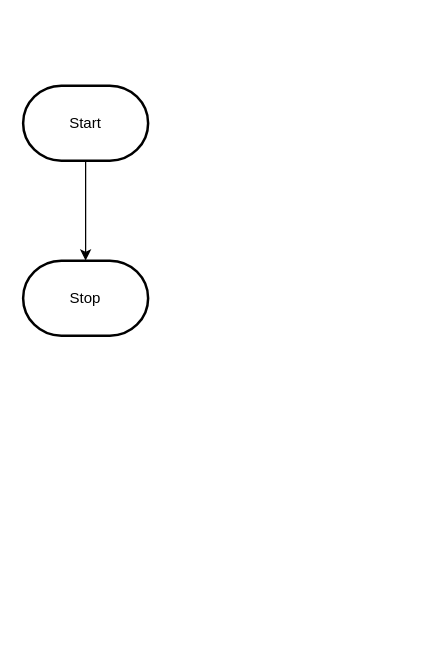
Earlier version of the draw.io diagram design/flowchart.drawio (MTHS-ICS2O-2-2022/ICS2O-Unit-6-02-Colton-Grant). Source tidied: cells renumbered, new cells numbered last; positions are measured from the earlier drawing's top-left corner, leaving out a move shared by most shapes. Both pictures are drawn from the tidied source at 125%, with x=0, y=0 at pixel (22, 85).
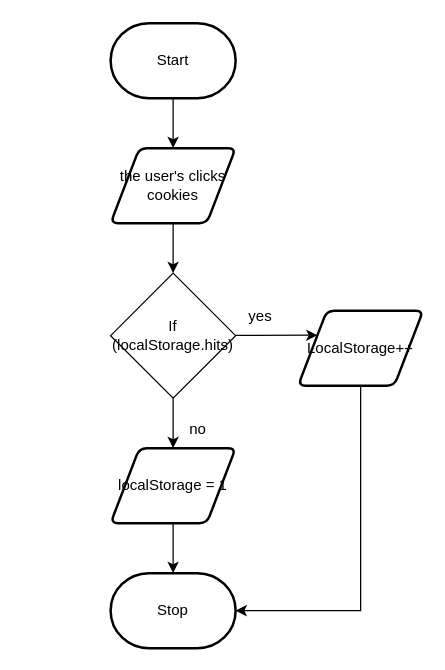
After the change.

The edit, as a diff of the source:
```diff
@@
 <mxGraphModel>
   <root>
     <mxCell id="0" />
     <mxCell id="1" parent="0" />
-    <mxCell id="2" style="edgeStyle=orthogonalEdgeStyle;html=1;rounded=0;" parent="1" edge="1" source="3" target="4">
+    <mxCell id="2" style="edgeStyle=none;html=1;" parent="1" edge="1" source="3" target="6">
       <mxGeometry relative="1" as="geometry" />
     </mxCell>
     <mxCell id="3" value="Start" style="strokeWidth=2;html=1;shape=mxgraph.flowchart.terminator;whiteSpace=wrap;" parent="1" vertex="1">
-      <mxGeometry width="100" height="60" as="geometry" />
+      <mxGeometry x="70" y="-50" width="100" height="60" as="geometry" />
     </mxCell>
+    <mxCell id="5" style="edgeStyle=none;html=1;" parent="1" edge="1" source="6">
+      <mxGeometry relative="1" as="geometry">
+        <mxPoint x="120" y="150" as="targetPoint" />
+      </mxGeometry>
+    </mxCell>
+    <mxCell id="6" value="the user's clicks cookies" style="shape=parallelogram;html=1;strokeWidth=2;perimeter=parallelogramPerimeter;whiteSpace=wrap;rounded=1;arcSize=12;size=0.23;" parent="1" vertex="1">
+      <mxGeometry x="70" y="50" width="100" height="60" as="geometry" />
+    </mxCell>
+    <mxCell id="7" style="edgeStyle=none;html=1;" parent="1" edge="1" target="9">
+      <mxGeometry relative="1" as="geometry">
+        <mxPoint x="120" y="250" as="sourcePoint" />
+      </mxGeometry>
+    </mxCell>
+    <mxCell id="8" style="edgeStyle=none;html=1;" parent="1" edge="1" source="9" target="4">
+      <mxGeometry relative="1" as="geometry" />
+    </mxCell>
+    <mxCell id="9" value="localStorage = 1" style="shape=parallelogram;html=1;strokeWidth=2;perimeter=parallelogramPerimeter;whiteSpace=wrap;rounded=1;arcSize=12;size=0.23;" parent="1" vertex="1">
+      <mxGeometry x="70" y="290" width="100" height="60" as="geometry" />
+    </mxCell>
     <mxCell id="4" value="Stop" style="strokeWidth=2;html=1;shape=mxgraph.flowchart.terminator;whiteSpace=wrap;" parent="1" vertex="1">
-      <mxGeometry y="140" width="100" height="60" as="geometry" />
+      <mxGeometry x="70" y="390" width="100" height="60" as="geometry" />
     </mxCell>
+    <mxCell id="10" style="edgeStyle=none;html=1;entryX=0;entryY=0.25;entryDx=0;entryDy=0;" parent="1" edge="1" source="11" target="13">
+      <mxGeometry relative="1" as="geometry" />
+    </mxCell>
+    <mxCell id="11" value="If (localStorage.hits)" style="rhombus;whiteSpace=wrap;html=1;" parent="1" vertex="1">
+      <mxGeometry x="70" y="150" width="100" height="100" as="geometry" />
+    </mxCell>
+    <mxCell id="12" style="edgeStyle=none;html=1;rounded=0;" parent="1" edge="1" source="13" target="4">
+      <mxGeometry relative="1" as="geometry">
+        <Array as="points">
+          <mxPoint x="270" y="420" />
+        </Array>
+      </mxGeometry>
+    </mxCell>
+    <mxCell id="13" value="LocalStorage++" style="shape=parallelogram;html=1;strokeWidth=2;perimeter=parallelogramPerimeter;whiteSpace=wrap;rounded=1;arcSize=12;size=0.23;" parent="1" vertex="1">
+      <mxGeometry x="220" y="180" width="100" height="60" as="geometry" />
+    </mxCell>
+    <mxCell id="14" value="yes" style="text;html=1;strokeColor=none;fillColor=none;align=center;verticalAlign=middle;whiteSpace=wrap;rounded=0;" parent="1" vertex="1">
+      <mxGeometry x="160" y="170" width="60" height="30" as="geometry" />
+    </mxCell>
+    <mxCell id="15" value="no" style="text;html=1;strokeColor=none;fillColor=none;align=center;verticalAlign=middle;whiteSpace=wrap;rounded=0;" parent="1" vertex="1">
+      <mxGeometry x="110" y="260" width="60" height="30" as="geometry" />
+    </mxCell>
   </root>
 </mxGraphModel>
```
